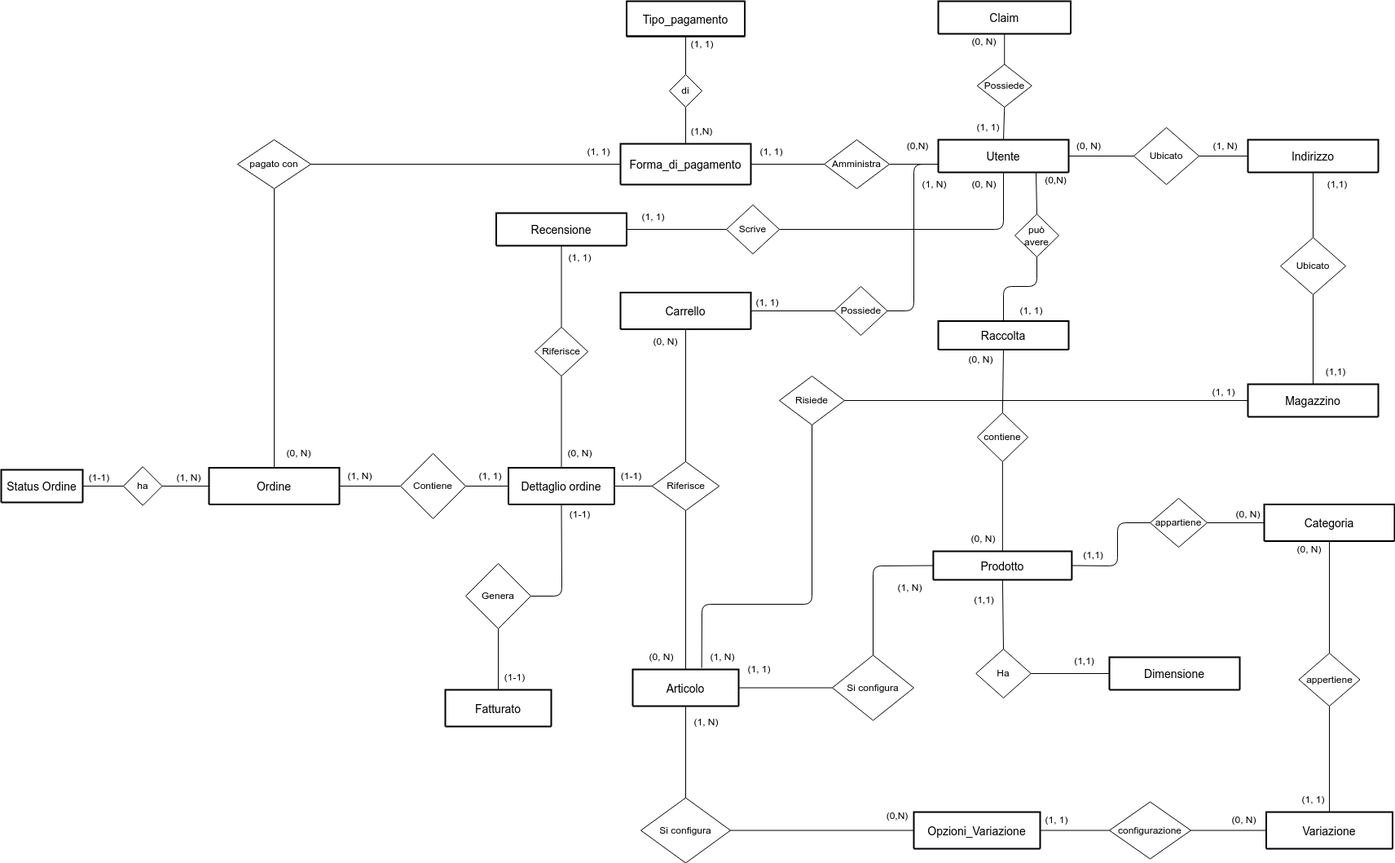
This is doc/schema_scheletro.png from EndriDomiUni/E-commerce, a draw.io export, as it was before one commit. Source tidied: cells renumbered, new cells last; positions are measured from the earlier drawing's top-left corner, leaving out a move shared by most shapes.
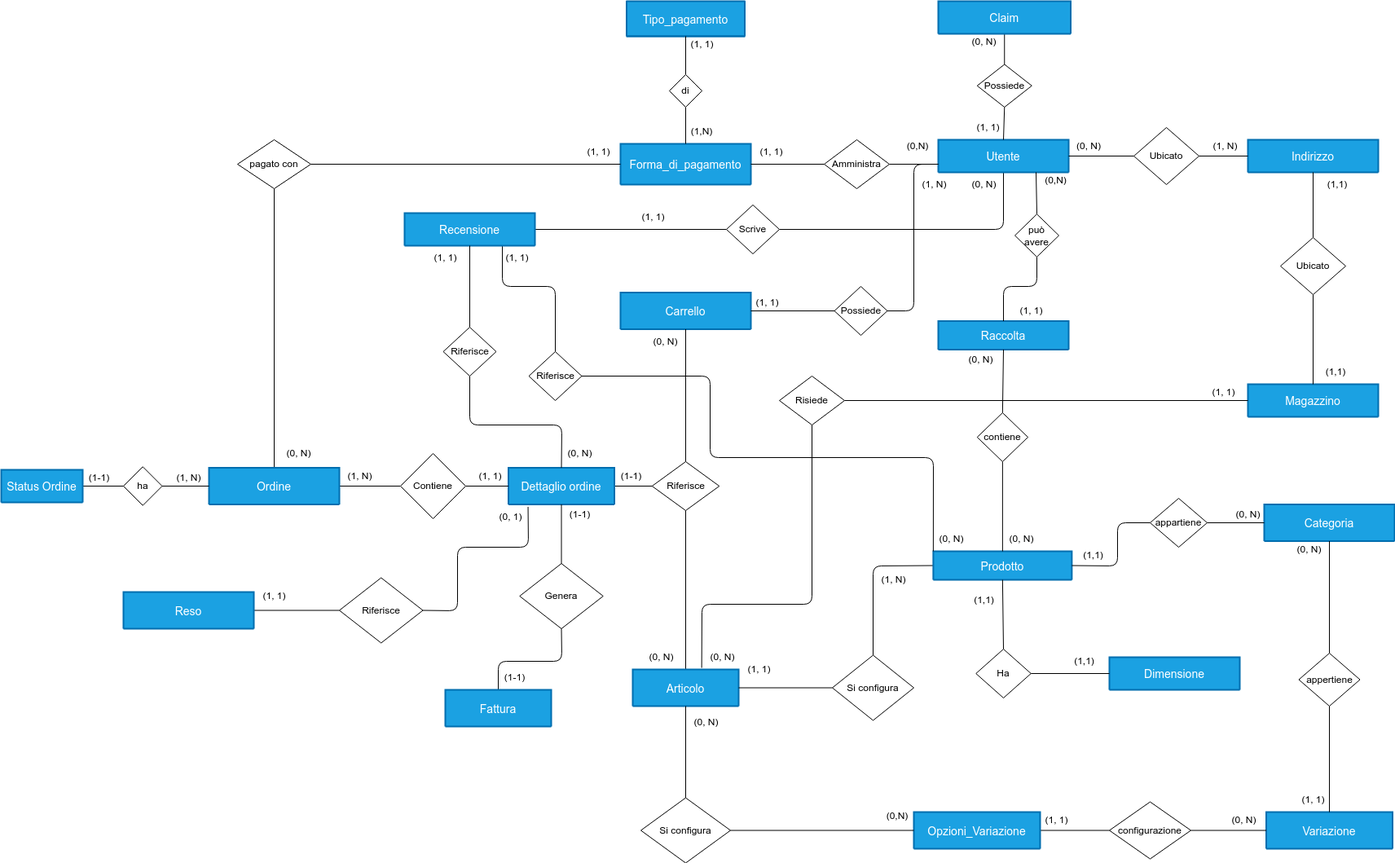
Above is the later version.

Commit message:
Update schemas: add Reso in scheletro_finale, concettuale_finale, modello_logico_finale

Change to the diagram source:
```diff
@@ -11,6 +11,6 @@
     </mxCell>
-    <mxCell id="3" value="Utente" style="swimlane;horizontal=1;startSize=130;rounded=1;fontSize=14;fontStyle=0;strokeWidth=2;shadow=0;dashed=0;align=center;" parent="1" vertex="1">
+    <mxCell id="3" value="Utente" style="swimlane;horizontal=1;startSize=130;rounded=1;fontSize=14;fontStyle=0;strokeWidth=2;shadow=0;dashed=0;align=center;fillColor=#1ba1e2;fontColor=#ffffff;strokeColor=#006EAF;" parent="1" vertex="1">
       <mxGeometry x="1150" y="170" width="160" height="40" as="geometry" />
     </mxCell>
-    <mxCell id="4" value="Indirizzo" style="swimlane;horizontal=1;startSize=148;rounded=1;fontSize=14;fontStyle=0;strokeWidth=2;shadow=0;dashed=0;align=center;" parent="1" vertex="1">
+    <mxCell id="4" value="Indirizzo" style="swimlane;horizontal=1;startSize=148;rounded=1;fontSize=14;fontStyle=0;strokeWidth=2;shadow=0;dashed=0;align=center;fillColor=#1ba1e2;fontColor=#ffffff;strokeColor=#006EAF;" parent="1" vertex="1">
       <mxGeometry x="1530" y="170" width="160" height="40" as="geometry" />
@@ -26,6 +26,6 @@
     </mxCell>
-    <mxCell id="8" value="Forma_di_pagamento" style="swimlane;horizontal=1;startSize=50;rounded=1;fontSize=14;fontStyle=0;strokeWidth=2;shadow=0;dashed=0;align=center;" parent="1" vertex="1">
+    <mxCell id="8" value="Forma_di_pagamento" style="swimlane;horizontal=1;startSize=50;rounded=1;fontSize=14;fontStyle=0;strokeWidth=2;shadow=0;dashed=0;align=center;fillColor=#1ba1e2;fontColor=#ffffff;strokeColor=#006EAF;" parent="1" vertex="1">
       <mxGeometry x="760" y="175" width="160" height="50" as="geometry" />
     </mxCell>
-    <mxCell id="9" value="Tipo_pagamento" style="swimlane;horizontal=1;startSize=43;rounded=1;fontSize=14;fontStyle=0;strokeWidth=2;shadow=0;dashed=0;align=center;" parent="1" vertex="1">
+    <mxCell id="9" value="Tipo_pagamento" style="swimlane;horizontal=1;startSize=43;rounded=1;fontSize=14;fontStyle=0;strokeWidth=2;shadow=0;dashed=0;align=center;fillColor=#1ba1e2;fontColor=#ffffff;strokeColor=#006EAF;" parent="1" vertex="1">
       <mxGeometry x="767.5" width="145" height="43.1" as="geometry" />
@@ -55,3 +55,3 @@
     </mxCell>
-    <mxCell id="17" value="Carrello" style="swimlane;horizontal=1;startSize=45;rounded=1;fontSize=14;fontStyle=0;strokeWidth=2;shadow=0;dashed=0;align=center;" parent="1" vertex="1">
+    <mxCell id="17" value="Carrello" style="swimlane;horizontal=1;startSize=45;rounded=1;fontSize=14;fontStyle=0;strokeWidth=2;shadow=0;dashed=0;align=center;fillColor=#1ba1e2;fontColor=#ffffff;strokeColor=#006EAF;" parent="1" vertex="1">
       <mxGeometry x="760" y="357.5" width="160" height="45" as="geometry" />
@@ -79,6 +79,6 @@
     </mxCell>
-    <mxCell id="22" value="Prodotto" style="swimlane;horizontal=1;startSize=35;rounded=1;fontSize=14;fontStyle=0;strokeWidth=2;shadow=0;dashed=0;align=center;arcSize=15;" parent="1" vertex="1">
+    <mxCell id="22" value="Prodotto" style="swimlane;horizontal=1;startSize=35;rounded=1;fontSize=14;fontStyle=0;strokeWidth=2;shadow=0;dashed=0;align=center;arcSize=15;fillColor=#1ba1e2;fontColor=#ffffff;strokeColor=#006EAF;" parent="1" vertex="1">
       <mxGeometry x="1143.9" y="675" width="170" height="35" as="geometry" />
     </mxCell>
-    <mxCell id="23" value="Categoria" style="swimlane;horizontal=1;startSize=45;rounded=1;fontSize=14;fontStyle=0;strokeWidth=2;shadow=0;dashed=0;align=center;" parent="1" vertex="1">
+    <mxCell id="23" value="Categoria" style="swimlane;horizontal=1;startSize=45;rounded=1;fontSize=14;fontStyle=0;strokeWidth=2;shadow=0;dashed=0;align=center;fillColor=#1ba1e2;fontColor=#ffffff;strokeColor=#006EAF;" parent="1" vertex="1">
       <mxGeometry x="1550" y="617.5" width="160" height="45" as="geometry" />
@@ -99,3 +99,3 @@
     </mxCell>
-    <mxCell id="27" value="Variazione" style="swimlane;horizontal=1;startSize=65;rounded=1;fontSize=14;fontStyle=0;strokeWidth=2;shadow=0;dashed=0;align=center;" parent="1" vertex="1">
+    <mxCell id="27" value="Variazione" style="swimlane;horizontal=1;startSize=65;rounded=1;fontSize=14;fontStyle=0;strokeWidth=2;shadow=0;dashed=0;align=center;fillColor=#1ba1e2;fontColor=#ffffff;strokeColor=#006EAF;" parent="1" vertex="1">
       <mxGeometry x="1552.5" y="995" width="155" height="45" as="geometry" />
@@ -114,3 +114,3 @@
     </mxCell>
-    <mxCell id="32" value="Opzioni_Variazione" style="swimlane;horizontal=1;startSize=75;rounded=1;fontSize=14;fontStyle=0;strokeWidth=2;shadow=0;dashed=0;align=center;" parent="1" vertex="1">
+    <mxCell id="32" value="Opzioni_Variazione" style="swimlane;horizontal=1;startSize=75;rounded=1;fontSize=14;fontStyle=0;strokeWidth=2;shadow=0;dashed=0;align=center;fillColor=#1ba1e2;fontColor=#ffffff;strokeColor=#006EAF;" parent="1" vertex="1">
       <mxGeometry x="1120" y="995" width="155" height="45" as="geometry" />
@@ -123,3 +123,3 @@
     </mxCell>
-    <mxCell id="35" value="Magazzino" style="swimlane;horizontal=1;startSize=100;rounded=1;fontSize=14;fontStyle=0;strokeWidth=2;shadow=0;dashed=0;align=center;" parent="1" vertex="1">
+    <mxCell id="35" value="Magazzino" style="swimlane;horizontal=1;startSize=100;rounded=1;fontSize=14;fontStyle=0;strokeWidth=2;shadow=0;dashed=0;align=center;fillColor=#1ba1e2;fontColor=#ffffff;strokeColor=#006EAF;" parent="1" vertex="1">
       <mxGeometry x="1530" y="470" width="160" height="40" as="geometry" />
@@ -135,3 +135,3 @@
     </mxCell>
-    <mxCell id="39" value="Dimensione" style="swimlane;horizontal=1;startSize=90;rounded=1;fontSize=14;fontStyle=0;strokeWidth=2;shadow=0;dashed=0;align=center;" parent="1" vertex="1">
+    <mxCell id="39" value="Dimensione" style="swimlane;horizontal=1;startSize=90;rounded=1;fontSize=14;fontStyle=0;strokeWidth=2;shadow=0;dashed=0;align=center;fillColor=#1ba1e2;fontColor=#ffffff;strokeColor=#006EAF;" parent="1" vertex="1">
       <mxGeometry x="1360" y="805" width="160" height="40" as="geometry" />
@@ -213,6 +213,6 @@
     </mxCell>
-    <mxCell id="65" value="Status Ordine" style="swimlane;horizontal=1;startSize=50;rounded=1;fontSize=14;fontStyle=0;strokeWidth=2;shadow=0;dashed=0;align=center;" parent="1" vertex="1">
+    <mxCell id="65" value="Status Ordine" style="swimlane;horizontal=1;startSize=50;rounded=1;fontSize=14;fontStyle=0;strokeWidth=2;shadow=0;dashed=0;align=center;fillColor=#1ba1e2;fontColor=#ffffff;strokeColor=#006EAF;" parent="1" vertex="1">
       <mxGeometry y="575" width="100" height="40" as="geometry" />
     </mxCell>
-    <mxCell id="66" value="Dettaglio ordine" style="swimlane;horizontal=1;startSize=65;rounded=1;fontSize=14;fontStyle=0;strokeWidth=2;shadow=0;dashed=0;align=center;" parent="1" vertex="1">
+    <mxCell id="66" value="Dettaglio ordine" style="swimlane;horizontal=1;startSize=65;rounded=1;fontSize=14;fontStyle=0;strokeWidth=2;shadow=0;dashed=0;align=center;fillColor=#1ba1e2;fontColor=#ffffff;strokeColor=#006EAF;" parent="1" vertex="1">
       <mxGeometry x="622.5" y="572.5" width="130" height="45" as="geometry" />
@@ -244,3 +244,3 @@
     <mxCell id="75" value="(1, N)" style="text;html=1;align=center;verticalAlign=middle;strokeColor=none;fillColor=none;" parent="1" vertex="1">
-      <mxGeometry x="1090" y="710" width="50" height="20" as="geometry" />
+      <mxGeometry x="1070" y="700" width="50" height="20" as="geometry" />
     </mxCell>
@@ -264,3 +264,3 @@
     </mxCell>
-    <mxCell id="82" value="Raccolta" style="swimlane;horizontal=1;startSize=65;rounded=1;fontSize=14;fontStyle=0;strokeWidth=2;shadow=0;dashed=0;align=center;" parent="1" vertex="1">
+    <mxCell id="82" value="Raccolta" style="swimlane;horizontal=1;startSize=65;rounded=1;fontSize=14;fontStyle=0;strokeWidth=2;shadow=0;dashed=0;align=center;fillColor=#1ba1e2;fontColor=#ffffff;strokeColor=#006EAF;" parent="1" vertex="1">
       <mxGeometry x="1150" y="392.5" width="160" height="35" as="geometry" />
@@ -294,3 +294,3 @@
     <mxCell id="90" value="(0, N)" style="text;html=1;align=center;verticalAlign=middle;strokeColor=none;fillColor=none;" parent="1" vertex="1">
-      <mxGeometry x="1180" y="650" width="50" height="20" as="geometry" />
+      <mxGeometry x="1226.5" y="650" width="50" height="20" as="geometry" />
     </mxCell>
@@ -335,6 +335,6 @@
     </mxCell>
-    <mxCell id="104" value="Claim" style="swimlane;horizontal=1;startSize=80;rounded=1;fontSize=14;fontStyle=0;strokeWidth=2;shadow=0;dashed=0;align=center;" parent="1" vertex="1">
+    <mxCell id="104" value="Claim" style="swimlane;horizontal=1;startSize=80;rounded=1;fontSize=14;fontStyle=0;strokeWidth=2;shadow=0;dashed=0;align=center;fillColor=#1ba1e2;fontColor=#ffffff;strokeColor=#006EAF;" parent="1" vertex="1">
       <mxGeometry x="1150" width="162.5" height="40" as="geometry" />
     </mxCell>
-    <mxCell id="105" value="Ordine" style="swimlane;horizontal=1;startSize=65;rounded=1;fontSize=14;fontStyle=0;strokeWidth=2;shadow=0;dashed=0;align=center;" parent="1" vertex="1">
+    <mxCell id="105" value="Ordine" style="swimlane;horizontal=1;startSize=65;rounded=1;fontSize=14;fontStyle=0;strokeWidth=2;shadow=0;dashed=0;align=center;fillColor=#1ba1e2;fontColor=#ffffff;strokeColor=#006EAF;" parent="1" vertex="1">
       <mxGeometry x="255" y="572.5" width="160" height="45" as="geometry" />
@@ -355,3 +355,3 @@
     </mxCell>
-    <mxCell id="109" value="Articolo" style="swimlane;horizontal=1;startSize=65;rounded=1;fontSize=14;fontStyle=0;strokeWidth=2;shadow=0;dashed=0;align=center;" parent="1" vertex="1">
+    <mxCell id="109" value="Articolo" style="swimlane;horizontal=1;startSize=65;rounded=1;fontSize=14;fontStyle=0;strokeWidth=2;shadow=0;dashed=0;align=center;fillColor=#1ba1e2;fontColor=#ffffff;strokeColor=#006EAF;" parent="1" vertex="1">
       <mxGeometry x="775" y="820" width="130" height="45" as="geometry" />
@@ -370,3 +370,3 @@
     </mxCell>
-    <mxCell id="114" value="(1, N)" style="text;html=1;align=center;verticalAlign=middle;strokeColor=none;fillColor=none;" parent="1" vertex="1">
+    <mxCell id="114" value="(0, N)" style="text;html=1;align=center;verticalAlign=middle;strokeColor=none;fillColor=none;" parent="1" vertex="1">
       <mxGeometry x="840" y="870" width="50" height="30" as="geometry" />
@@ -382,3 +382,3 @@
     </mxCell>
-    <mxCell id="118" value="(1, N)" style="text;html=1;align=center;verticalAlign=middle;strokeColor=none;fillColor=none;" parent="1" vertex="1">
+    <mxCell id="118" value="(0, N)" style="text;html=1;align=center;verticalAlign=middle;strokeColor=none;fillColor=none;" parent="1" vertex="1">
       <mxGeometry x="860" y="790" width="50" height="30" as="geometry" />
@@ -389,3 +389,8 @@
     <mxCell id="120" style="edgeStyle=none;html=1;entryX=0.5;entryY=0;entryDx=0;entryDy=0;endArrow=none;endFill=0;exitX=0.5;exitY=1;exitDx=0;exitDy=0;" parent="1" edge="1" source="128" target="66">
-      <mxGeometry relative="1" as="geometry" />
+      <mxGeometry relative="1" as="geometry">
+        <Array as="points">
+          <mxPoint x="575" y="520" />
+          <mxPoint x="688" y="520" />
+        </Array>
+      </mxGeometry>
     </mxCell>
@@ -403,4 +408,12 @@
     </mxCell>
+    <mxCell id="137" style="edgeStyle=none;html=1;exitX=0.75;exitY=1;exitDx=0;exitDy=0;endArrow=none;endFill=0;entryX=0.5;entryY=0;entryDx=0;entryDy=0;" parent="1" edge="1" source="125" target="139">
+      <mxGeometry relative="1" as="geometry">
+        <Array as="points">
+          <mxPoint x="615" y="350" />
+          <mxPoint x="680" y="350" />
+        </Array>
+      </mxGeometry>
+    </mxCell>
-    <mxCell id="125" value="Recensione" style="swimlane;horizontal=1;startSize=130;rounded=1;fontSize=14;fontStyle=0;strokeWidth=2;shadow=0;dashed=0;align=center;" parent="1" vertex="1">
-      <mxGeometry x="607.5" y="260" width="160" height="40" as="geometry" />
+    <mxCell id="125" value="Recensione" style="swimlane;horizontal=1;startSize=130;rounded=1;fontSize=14;fontStyle=0;strokeWidth=2;shadow=0;dashed=0;align=center;fillColor=#1ba1e2;fontColor=#ffffff;strokeColor=#006EAF;" parent="1" vertex="1">
+      <mxGeometry x="495" y="260" width="160" height="40" as="geometry" />
     </mxCell>
@@ -413,21 +426,22 @@
     <mxCell id="128" value="Riferisce" style="shape=rhombus;perimeter=rhombusPerimeter;whiteSpace=wrap;html=1;align=center;" parent="1" vertex="1">
-      <mxGeometry x="655" y="400" width="65" height="60" as="geometry" />
+      <mxGeometry x="542.5" y="400" width="65" height="60" as="geometry" />
     </mxCell>
     <mxCell id="129" value="(1, 1)" style="text;html=1;align=center;verticalAlign=middle;strokeColor=none;fillColor=none;" parent="1" vertex="1">
-      <mxGeometry x="685" y="300" width="50" height="30" as="geometry" />
+      <mxGeometry x="520" y="300" width="50" height="30" as="geometry" />
     </mxCell>
     <mxCell id="130" value="Genera" style="rhombus;whiteSpace=wrap;html=1;" parent="1" vertex="1">
-      <mxGeometry x="570" y="690" width="80" height="80" as="geometry" />
+      <mxGeometry x="636.2" y="690" width="102.5" height="80" as="geometry" />
     </mxCell>
-    <mxCell id="131" style="edgeStyle=none;html=1;exitX=0.5;exitY=1;exitDx=0;exitDy=0;entryX=1;entryY=0.5;entryDx=0;entryDy=0;fontSize=20;endArrow=none;endFill=0;" parent="1" edge="1" source="66" target="130">
-      <mxGeometry relative="1" as="geometry">
-        <Array as="points">
-          <mxPoint x="688" y="730" />
-        </Array>
-      </mxGeometry>
+    <mxCell id="131" style="edgeStyle=none;html=1;exitX=0.5;exitY=1;exitDx=0;exitDy=0;entryX=0.5;entryY=0;entryDx=0;entryDy=0;fontSize=20;endArrow=none;endFill=0;" parent="1" edge="1" source="66" target="130">
+      <mxGeometry relative="1" as="geometry" />
     </mxCell>
     <mxCell id="132" style="edgeStyle=none;html=1;exitX=0.5;exitY=1;exitDx=0;exitDy=0;fontSize=20;endArrow=none;endFill=0;entryX=0.5;entryY=0;entryDx=0;entryDy=0;" parent="1" edge="1" source="130" target="133">
-      <mxGeometry relative="1" as="geometry" />
+      <mxGeometry relative="1" as="geometry">
+        <Array as="points">
+          <mxPoint x="688" y="810" />
+          <mxPoint x="610" y="810" />
+        </Array>
+      </mxGeometry>
     </mxCell>
-    <mxCell id="133" value="Fatturato" style="swimlane;horizontal=1;startSize=65;rounded=1;fontSize=14;fontStyle=0;strokeWidth=2;shadow=0;dashed=0;align=center;" parent="1" vertex="1">
+    <mxCell id="133" value="Fattura" style="swimlane;horizontal=1;startSize=65;rounded=1;fontSize=14;fontStyle=0;strokeWidth=2;shadow=0;dashed=0;align=center;fillColor=#1ba1e2;fontColor=#ffffff;strokeColor=#006EAF;" parent="1" vertex="1">
       <mxGeometry x="545" y="845" width="130" height="45" as="geometry" />
@@ -443,2 +457,44 @@
     </mxCell>
+    <mxCell id="138" style="edgeStyle=none;html=1;exitX=1;exitY=0.5;exitDx=0;exitDy=0;endArrow=none;endFill=0;entryX=0;entryY=0;entryDx=0;entryDy=0;" parent="1" edge="1" source="139" target="22">
+      <mxGeometry relative="1" as="geometry">
+        <Array as="points">
+          <mxPoint x="870" y="460" />
+          <mxPoint x="870" y="560" />
+          <mxPoint x="1144" y="560" />
+        </Array>
+      </mxGeometry>
+    </mxCell>
+    <mxCell id="139" value="Riferisce" style="shape=rhombus;perimeter=rhombusPerimeter;whiteSpace=wrap;html=1;align=center;" parent="1" vertex="1">
+      <mxGeometry x="647.5" y="430" width="65" height="60" as="geometry" />
+    </mxCell>
+    <mxCell id="140" value="(0, N)" style="text;html=1;align=center;verticalAlign=middle;strokeColor=none;fillColor=none;" parent="1" vertex="1">
+      <mxGeometry x="1141" y="645" width="50" height="30" as="geometry" />
+    </mxCell>
+    <mxCell id="141" value="(1, 1)" style="text;html=1;align=center;verticalAlign=middle;strokeColor=none;fillColor=none;" parent="1" vertex="1">
+      <mxGeometry x="607.5" y="300" width="50" height="30" as="geometry" />
+    </mxCell>
+    <mxCell id="142" style="edgeStyle=none;html=1;endArrow=none;endFill=0;entryX=0;entryY=0.5;entryDx=0;entryDy=0;" parent="1" edge="1" source="143" target="145">
+      <mxGeometry relative="1" as="geometry" />
+    </mxCell>
+    <mxCell id="143" value="Reso" style="swimlane;horizontal=1;startSize=65;rounded=1;fontSize=14;fontStyle=0;strokeWidth=2;shadow=0;dashed=0;align=center;fillColor=#1ba1e2;fontColor=#ffffff;strokeColor=#006EAF;" parent="1" vertex="1">
+      <mxGeometry x="150" y="725" width="160" height="45" as="geometry" />
+    </mxCell>
+    <mxCell id="144" style="edgeStyle=none;html=1;exitX=1;exitY=0.5;exitDx=0;exitDy=0;entryX=0.185;entryY=1.064;entryDx=0;entryDy=0;entryPerimeter=0;endArrow=none;endFill=0;" parent="1" edge="1" source="145" target="66">
+      <mxGeometry relative="1" as="geometry">
+        <Array as="points">
+          <mxPoint x="560" y="748" />
+          <mxPoint x="560" y="670" />
+          <mxPoint x="647" y="670" />
+        </Array>
+      </mxGeometry>
+    </mxCell>
+    <mxCell id="145" value="Riferisce" style="rhombus;whiteSpace=wrap;html=1;" parent="1" vertex="1">
+      <mxGeometry x="415" y="707.5" width="102.5" height="80" as="geometry" />
+    </mxCell>
+    <mxCell id="146" value="(1, 1)" style="text;html=1;align=center;verticalAlign=middle;strokeColor=none;fillColor=none;" parent="1" vertex="1">
+      <mxGeometry x="310" y="715" width="50" height="30" as="geometry" />
+    </mxCell>
+    <mxCell id="147" value="(0, 1)" style="text;html=1;align=center;verticalAlign=middle;strokeColor=none;fillColor=none;" parent="1" vertex="1">
+      <mxGeometry x="600" y="617.5" width="50" height="30" as="geometry" />
+    </mxCell>
   </root>
```
